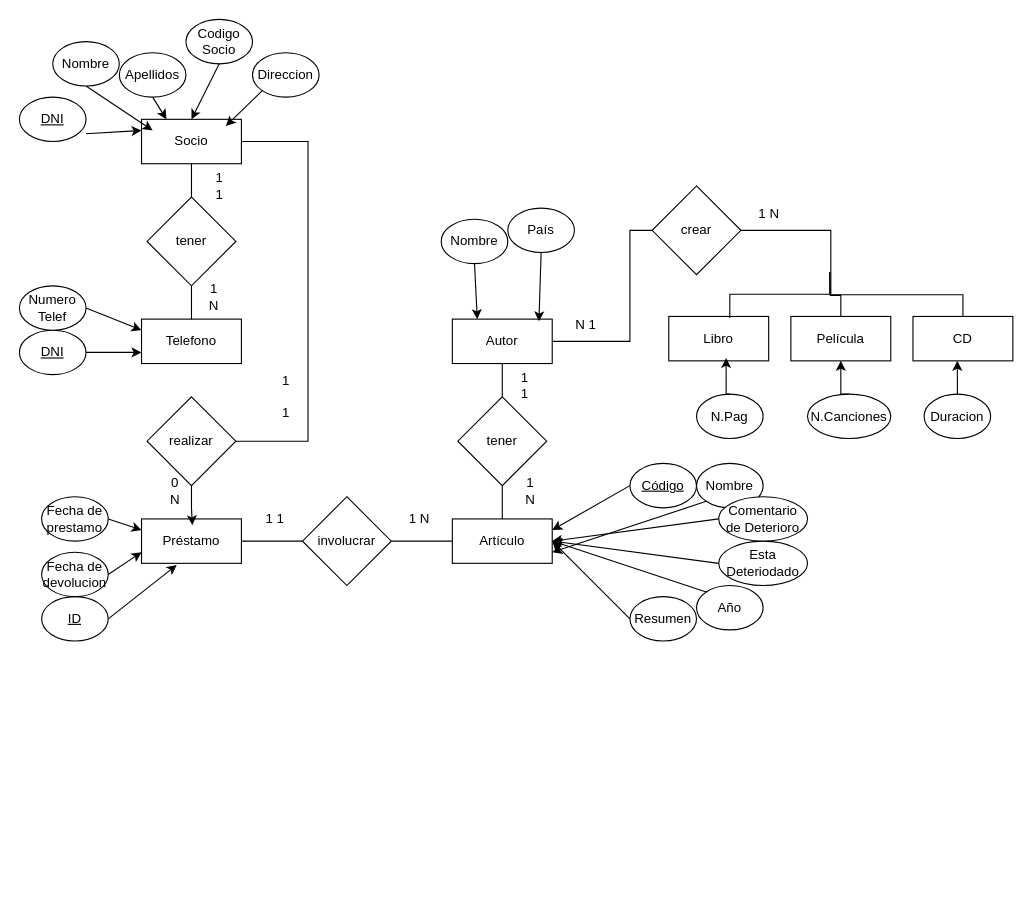
adriii28/amr-tsys-C3U12-11102023 keeps this draw.io diagram as ej6.drawio. Above is the earlier version. Source tidied: cells renumbered, new cells numbered last; positions are measured from the earlier drawing's top-left corner, leaving out a move shared by most shapes. Both pictures are drawn from the tidied source at 111%, with x=0, y=0 at pixel (19, 19).
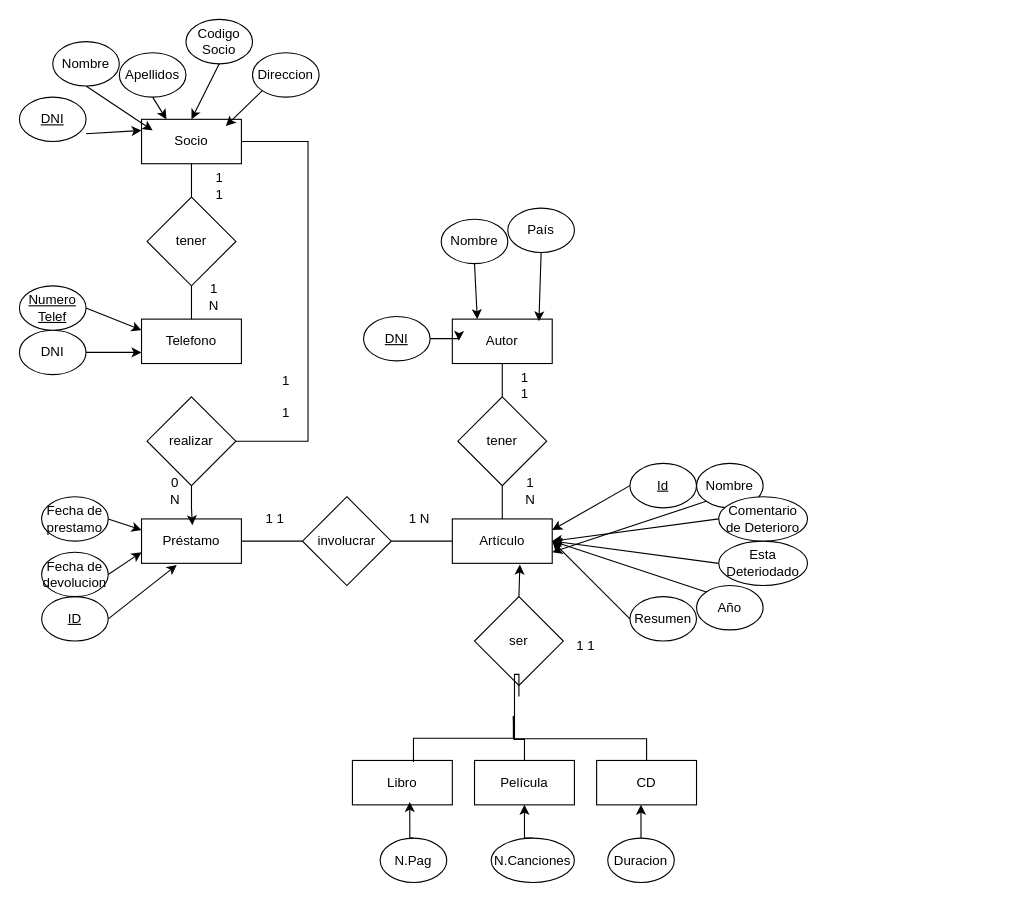
After the change.

Unchanged cells that the change refers to:
```xml
<mxCell id="5" value="&lt;div&gt;Artículo&lt;/div&gt;" style="rounded=0;whiteSpace=wrap;html=1;" parent="1" vertex="1">
  <mxGeometry x="390" y="450" width="90" height="40" as="geometry" />
</mxCell>
<mxCell id="6" value="Autor" style="rounded=0;whiteSpace=wrap;html=1;" parent="1" vertex="1">
  <mxGeometry x="390" y="270" width="90" height="40" as="geometry" />
</mxCell>
```

The edit, as a diff of the source:
```diff
@@
     <mxCell id="7" value="Libro" style="rounded=0;whiteSpace=wrap;html=1;" parent="1" vertex="1">
-      <mxGeometry x="585" y="267.6" width="90" height="40" as="geometry" />
+      <mxGeometry x="300" y="667.6" width="90" height="40" as="geometry" />
     </mxCell>
     <mxCell id="8" value="CD" style="rounded=0;whiteSpace=wrap;html=1;" parent="1" vertex="1">
-      <mxGeometry x="805" y="267.6" width="90" height="40" as="geometry" />
+      <mxGeometry x="520" y="667.6" width="90" height="40" as="geometry" />
     </mxCell>
     <mxCell id="9" value="Película" style="rounded=0;whiteSpace=wrap;html=1;" parent="1" vertex="1">
-      <mxGeometry x="695" y="267.6" width="90" height="40" as="geometry" />
+      <mxGeometry x="410" y="667.6" width="90" height="40" as="geometry" />
     </mxCell>
@@
-    <mxCell id="23" value="DNI" style="ellipse;whiteSpace=wrap;html=1;fontStyle=4;" parent="1" vertex="1">
+    <mxCell id="23" value="DNI" style="ellipse;whiteSpace=wrap;html=1;fontStyle=0;" parent="1" vertex="1">
       <mxGeometry y="280" width="60" height="40" as="geometry" />
     </mxCell>
@@
-    <mxCell id="34" value="Numero Telef" style="ellipse;whiteSpace=wrap;html=1;" parent="1" vertex="1">
+    <mxCell id="34" value="Numero Telef" style="ellipse;whiteSpace=wrap;html=1;fontStyle=4;" parent="1" vertex="1">
       <mxGeometry y="240" width="60" height="40" as="geometry" />
     </mxCell>
@@
-    <mxCell id="36" value="Código" style="ellipse;whiteSpace=wrap;html=1;fontStyle=4;" parent="1" vertex="1">
+    <mxCell id="36" value="Id" style="ellipse;whiteSpace=wrap;html=1;fontStyle=4;" parent="1" vertex="1">
       <mxGeometry x="550" y="400" width="60" height="40" as="geometry" />
     </mxCell>
@@
     <mxCell id="56" value="Duracion" style="ellipse;whiteSpace=wrap;html=1;fontStyle=0;" parent="1" vertex="1">
-      <mxGeometry x="815" y="337.6" width="60" height="40" as="geometry" />
+      <mxGeometry x="530" y="737.6" width="60" height="40" as="geometry" />
     </mxCell>
     <mxCell id="57" value="N.Pag" style="ellipse;whiteSpace=wrap;html=1;fontStyle=0;" parent="1" vertex="1">
-      <mxGeometry x="610" y="337.6" width="60" height="40" as="geometry" />
+      <mxGeometry x="325" y="737.6" width="60" height="40" as="geometry" />
     </mxCell>
@@
     <mxCell id="59" value="N.Canciones" style="ellipse;whiteSpace=wrap;html=1;fontStyle=0;" parent="1" vertex="1">
-      <mxGeometry x="710" y="337.6" width="75" height="40" as="geometry" />
+      <mxGeometry x="425" y="737.6" width="75" height="40" as="geometry" />
     </mxCell>
     <mxCell id="60" style="edgeStyle=orthogonalEdgeStyle;rounded=0;jettySize=auto;html=1;exitX=0.5;exitY=1;exitDx=0;exitDy=0;entryX=0.5;entryY=0;entryDx=0;entryDy=0;endArrow=none;endFill=0;startArrow=none;startFill=0;" parent="1" edge="1" target="9">
       <mxGeometry relative="1" as="geometry">
-        <mxPoint x="730" y="227.6" as="sourcePoint" />
+        <mxPoint x="445" y="627.6" as="sourcePoint" />
       </mxGeometry>
     </mxCell>
-    <mxCell id="61" style="edgeStyle=orthogonalEdgeStyle;rounded=0;jettySize=auto;html=1;entryX=1;entryY=0.5;entryDx=0;entryDy=0;endArrow=none;endFill=0;startArrow=none;startFill=0;" parent="1" edge="1" source="62" target="6">
-      <mxGeometry relative="1" as="geometry">
-        <Array as="points">
-          <mxPoint x="550" y="190" />
-          <mxPoint x="550" y="290" />
-        </Array>
-      </mxGeometry>
-    </mxCell>
-    <mxCell id="62" value="crear" style="rhombus;whiteSpace=wrap;html=1;" parent="1" vertex="1">
-      <mxGeometry x="570" y="150" width="80" height="80" as="geometry" />
+    <mxCell id="62" value="ser" style="rhombus;whiteSpace=wrap;html=1;" parent="1" vertex="1">
+      <mxGeometry x="410" y="520" width="80" height="80" as="geometry" />
     </mxCell>
     <mxCell id="63" style="edgeStyle=orthogonalEdgeStyle;rounded=0;jettySize=auto;html=1;exitX=0.5;exitY=1;exitDx=0;exitDy=0;entryX=0.611;entryY=0.037;entryDx=0;entryDy=0;entryPerimeter=0;endArrow=none;endFill=0;startArrow=none;startFill=0;" parent="1" edge="1" target="7">
       <mxGeometry relative="1" as="geometry">
-        <mxPoint x="730" y="227.6" as="sourcePoint" />
+        <mxPoint x="445" y="627.6" as="sourcePoint" />
         <Array as="points">
-          <mxPoint x="640" y="247.6" />
+          <mxPoint x="355" y="647.6" />
         </Array>
       </mxGeometry>
     </mxCell>
-    <mxCell id="64" style="edgeStyle=orthogonalEdgeStyle;rounded=0;jettySize=auto;html=1;exitX=0.5;exitY=0;exitDx=0;exitDy=0;entryX=1;entryY=0.5;entryDx=0;entryDy=0;endArrow=none;endFill=0;startArrow=none;startFill=0;" parent="1" edge="1" source="8" target="62">
+    <mxCell id="64" style="edgeStyle=orthogonalEdgeStyle;rounded=0;jettySize=auto;html=1;exitX=0.5;exitY=0;exitDx=0;exitDy=0;endArrow=none;endFill=0;startArrow=none;startFill=0;" parent="1" edge="1" source="8">
       <mxGeometry relative="1" as="geometry">
+        <mxPoint x="450" y="610" as="targetPoint" />
         <Array as="points">
-          <mxPoint x="850" y="248" />
-          <mxPoint x="731" y="248" />
-          <mxPoint x="731" y="190" />
+          <mxPoint x="565" y="648" />
+          <mxPoint x="446" y="648" />
+          <mxPoint x="446" y="590" />
         </Array>
       </mxGeometry>
     </mxCell>
@@
-    <mxCell id="77" value="1 N" style="text;html=1;align=center;verticalAlign=middle;strokeColor=none;fillColor=none;" parent="1" vertex="1">
-      <mxGeometry x="655" y="160" width="40" height="30" as="geometry" />
+    <mxCell id="77" value="1 1" style="text;html=1;align=center;verticalAlign=middle;strokeColor=none;fillColor=none;" parent="1" vertex="1">
+      <mxGeometry x="490" y="550" width="40" height="30" as="geometry" />
     </mxCell>
-    <mxCell id="78" value="N 1" style="text;html=1;align=center;verticalAlign=middle;strokeColor=none;fillColor=none;" parent="1" vertex="1">
-      <mxGeometry x="490" y="260" width="40" height="30" as="geometry" />
-    </mxCell>
+    <mxCell id="79" value="DNI" style="ellipse;whiteSpace=wrap;html=1;fontStyle=4;" parent="1" vertex="1">
+      <mxGeometry x="310" y="267.6" width="60" height="40" as="geometry" />
+    </mxCell>
+    <mxCell id="80" style="edgeStyle=orthogonalEdgeStyle;rounded=0;jettySize=auto;html=1;exitX=1;exitY=0.5;exitDx=0;exitDy=0;entryX=0.065;entryY=0.488;entryDx=0;entryDy=0;entryPerimeter=0;" parent="1" edge="1" source="79" target="6">
+      <mxGeometry relative="1" as="geometry" />
+    </mxCell>
+    <mxCell id="81" style="edgeStyle=orthogonalEdgeStyle;rounded=0;jettySize=auto;html=1;exitX=0.5;exitY=0;exitDx=0;exitDy=0;entryX=0.676;entryY=1.029;entryDx=0;entryDy=0;entryPerimeter=0;" parent="1" edge="1" source="62" target="5">
+      <mxGeometry relative="1" as="geometry" />
+    </mxCell>
```
